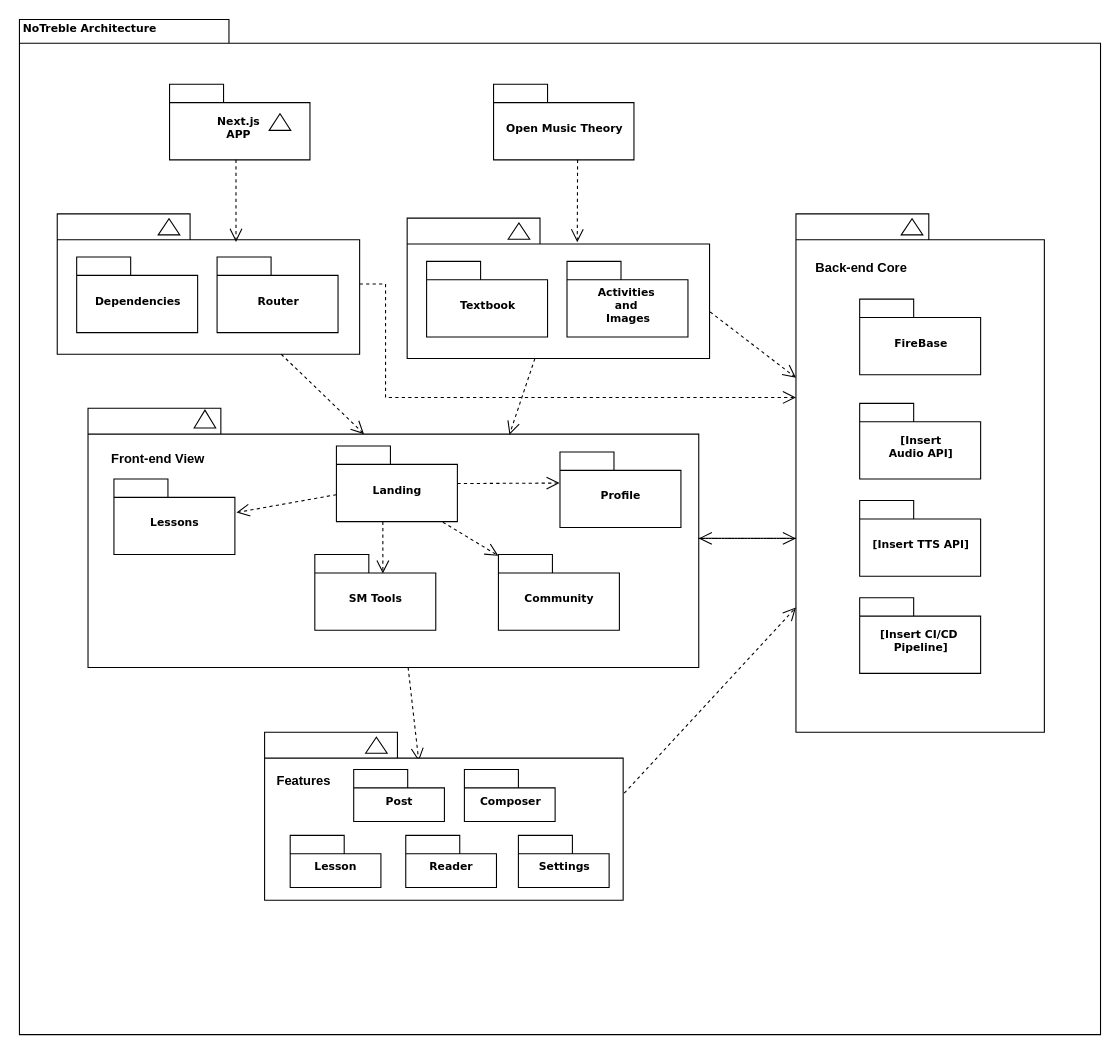
This is uml_diagrams/Website Architecture Diagram.drawio from simchildress/NoTrebleTesting, a draw.io file, before an edit. Source tidied: cells renumbered, new cells numbered last; positions are measured from the earlier drawing's top-left corner, leaving out a move shared by most shapes. Both pictures are drawn from the tidied source at 108%, with x=0, y=0 at pixel (18, 18).
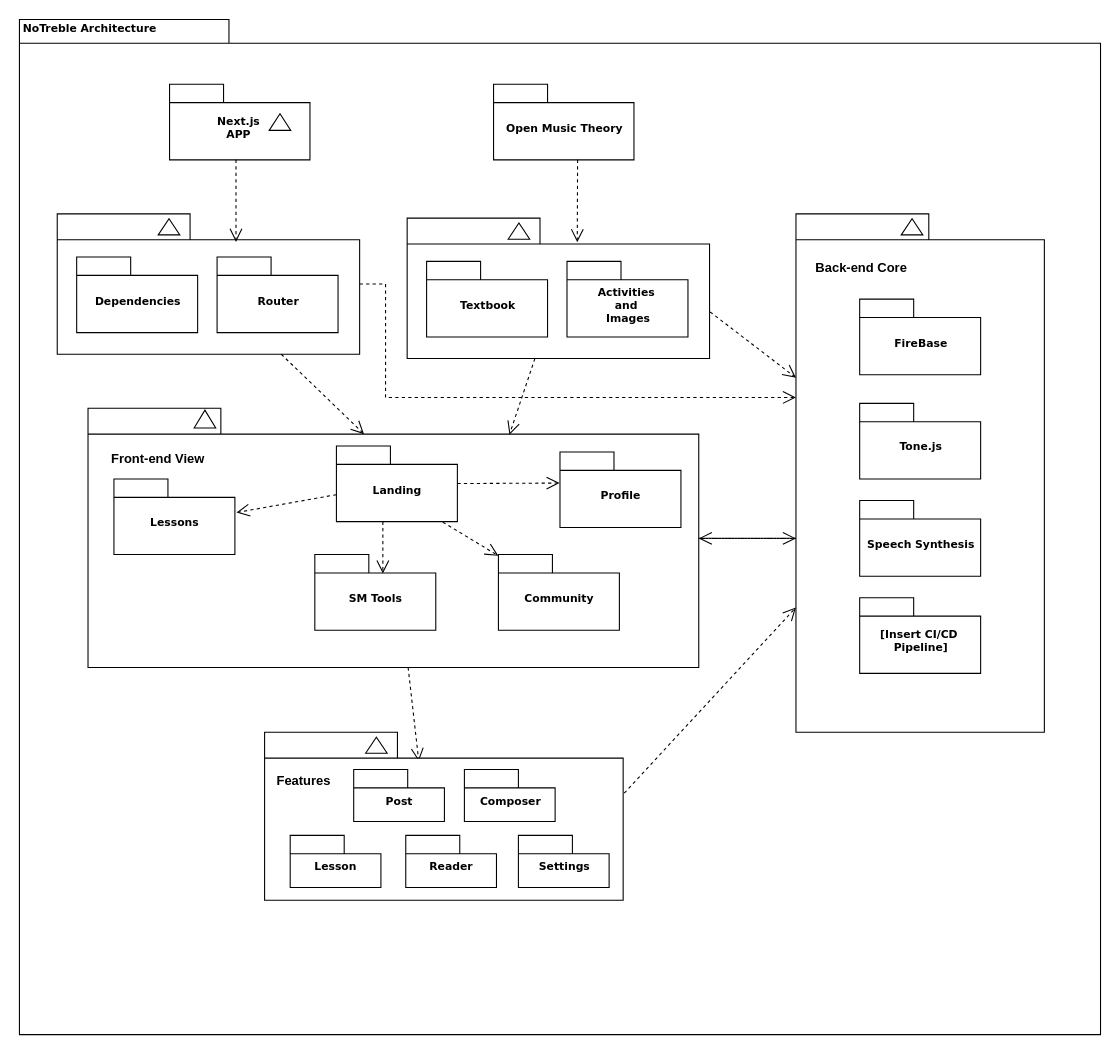
The same page after the edit.

Commit message:
added Tone.js and Speech Synthesis to architecture

The change refers to these unchanged cells:
```xml
<mxCell id="32" style="group;" parent="31" vertex="1">
  <mxGeometry width="230" height="480" as="geometry" />
</mxCell>
```

Diff of the diagram source:
```diff
@@
-    <mxCell id="36" value="[Insert&lt;div&gt;Audio API]&lt;/div&gt;" style="shape=folder;fontStyle=1;spacingTop=10;tabWidth=50;tabHeight=17;tabPosition=left;html=1;rounded=0;shadow=0;comic=0;labelBackgroundColor=none;strokeWidth=1;fontFamily=Verdana;fontSize=10;align=center;" parent="32" vertex="1">
+    <mxCell id="36" value="Tone.js" style="shape=folder;fontStyle=1;spacingTop=10;tabWidth=50;tabHeight=17;tabPosition=left;html=1;rounded=0;shadow=0;comic=0;labelBackgroundColor=none;strokeWidth=1;fontFamily=Verdana;fontSize=10;align=center;" parent="32" vertex="1">
       <mxGeometry x="59" y="175.5" width="112" height="70" as="geometry" />
     </mxCell>
-    <mxCell id="37" value="[Insert TTS API]" style="shape=folder;fontStyle=1;spacingTop=10;tabWidth=50;tabHeight=17;tabPosition=left;html=1;rounded=0;shadow=0;comic=0;labelBackgroundColor=none;strokeWidth=1;fontFamily=Verdana;fontSize=10;align=center;" parent="32" vertex="1">
+    <mxCell id="37" value="Speech Synthesis" style="shape=folder;fontStyle=1;spacingTop=10;tabWidth=50;tabHeight=17;tabPosition=left;html=1;rounded=0;shadow=0;comic=0;labelBackgroundColor=none;strokeWidth=1;fontFamily=Verdana;fontSize=10;align=center;" parent="32" vertex="1">
       <mxGeometry x="59" y="265.5" width="112" height="70" as="geometry" />
     </mxCell>
```
